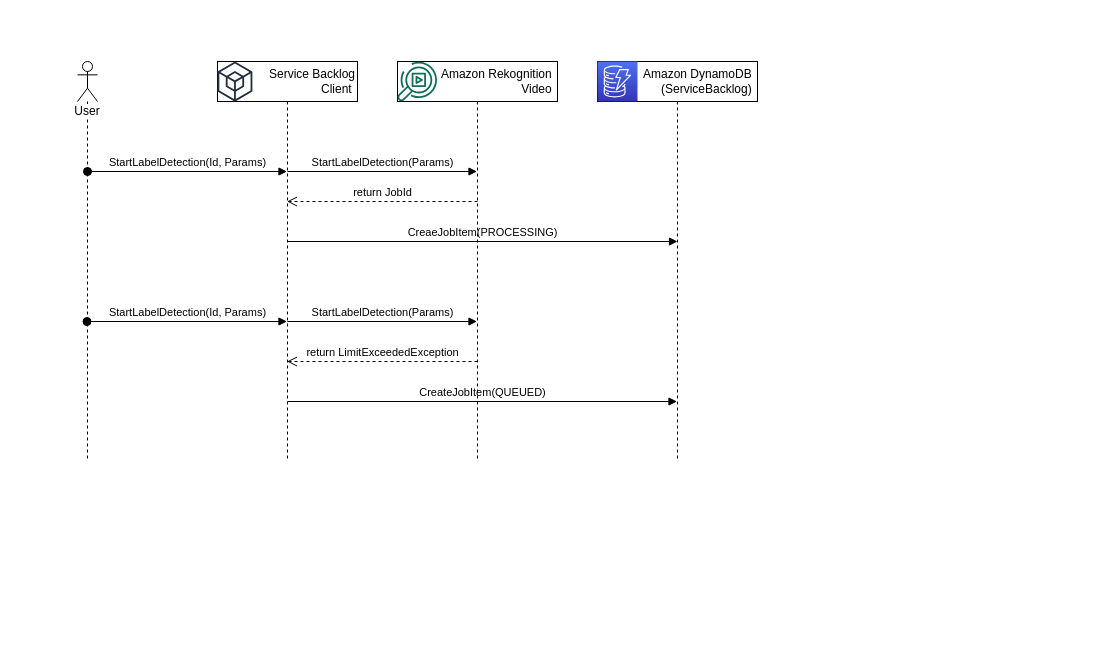
The draw.io diagram page "backlog-sequence-diagram-caller" (11 of 14) of deployment/tutorials/Media2CloudV3.drawio in aws-solutions-library-samples/guidance-for-media2cloud-on-aws, before the edit. Source tidied: cells renumbered, new cells numbered last; positions are measured from the earlier drawing's top-left corner, leaving out a move shared by most shapes. Both pictures are drawn from the tidied source at 100%, with x=0, y=0 at pixel (77, 61).
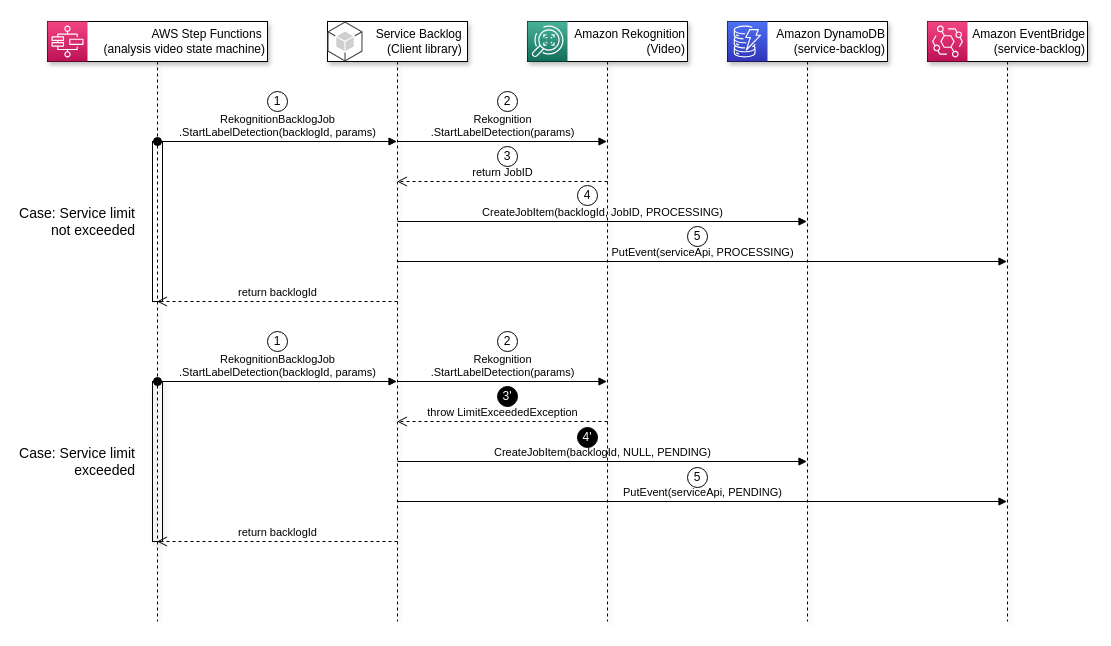
The same page after the edit.

Change to the diagram source:
```diff
@@
-    <mxCell id="2" value="User" style="shape=umlLifeline;participant=umlActor;perimeter=lifelinePerimeter;whiteSpace=wrap;html=1;verticalAlign=top;spacingTop=36;labelBackgroundColor=#ffffff;outlineConnect=0;" parent="1" vertex="1">
-      <mxGeometry width="20" height="400" as="geometry" />
-    </mxCell>
-    <mxCell id="3" value="StartLabelDetection(Id, Params)" style="html=1;verticalAlign=bottom;startArrow=oval;startFill=1;endArrow=block;startSize=8;" parent="2" edge="1" target="4">
-      <mxGeometry relative="1" as="geometry">
-        <mxPoint x="10" y="110" as="sourcePoint" />
-      </mxGeometry>
-    </mxCell>
-    <mxCell id="4" value="Service Backlog&lt;br&gt;Client&amp;nbsp;" style="shape=umlLifeline;perimeter=lifelinePerimeter;whiteSpace=wrap;html=1;outlineConnect=0;align=right;" parent="1" vertex="1">
-      <mxGeometry x="140" width="140" height="400" as="geometry" />
-    </mxCell>
-    <mxCell id="5" style="fontColor=#232F3E;gradientColor=none;fillColor=#232F3E;strokeColor=none;dashed=0;verticalLabelPosition=bottom;verticalAlign=top;align=center;html=1;fontSize=12;fontStyle=0;shape=mxgraph.aws4.external_sdk;" parent="4" vertex="1">
-      <mxGeometry width="34.9" height="40" as="geometry" />
-    </mxCell>
-    <mxCell id="6" value="StartLabelDetection(Params)" style="html=1;verticalAlign=bottom;endArrow=block;" parent="4" edge="1" target="10">
-      <mxGeometry relative="1" as="geometry">
-        <mxPoint x="70" y="110" as="sourcePoint" />
-      </mxGeometry>
-    </mxCell>
-    <mxCell id="7" value="CreaeJobItem(PROCESSING)" style="html=1;verticalAlign=bottom;endArrow=block;" parent="4" edge="1">
-      <mxGeometry relative="1" as="geometry">
-        <mxPoint x="70" y="180" as="sourcePoint" />
-        <mxPoint x="460" y="180" as="targetPoint" />
-      </mxGeometry>
-    </mxCell>
-    <mxCell id="8" value="StartLabelDetection(Params)" style="html=1;verticalAlign=bottom;endArrow=block;" parent="4" edge="1" target="10">
-      <mxGeometry relative="1" as="geometry">
-        <mxPoint x="70" y="260" as="sourcePoint" />
-      </mxGeometry>
-    </mxCell>
-    <mxCell id="9" value="CreateJobItem(QUEUED)" style="html=1;verticalAlign=bottom;endArrow=block;" parent="4" edge="1" target="14">
-      <mxGeometry relative="1" as="geometry">
-        <mxPoint x="70" y="340" as="sourcePoint" />
-      </mxGeometry>
-    </mxCell>
-    <mxCell id="10" value="Amazon&amp;nbsp;Rekognition&amp;nbsp;&lt;br&gt;Video&amp;nbsp;" style="shape=umlLifeline;perimeter=lifelinePerimeter;whiteSpace=wrap;html=1;outlineConnect=0;align=right;" parent="1" vertex="1">
-      <mxGeometry x="320" width="160" height="400" as="geometry" />
-    </mxCell>
-    <mxCell id="11" style="fontColor=#232F3E;gradientColor=none;fillColor=#116D5B;strokeColor=none;dashed=0;verticalLabelPosition=bottom;verticalAlign=top;align=center;html=1;fontSize=12;fontStyle=0;shape=mxgraph.aws4.rekognition_video;" parent="10" vertex="1">
-      <mxGeometry width="39.5" height="40" as="geometry" />
-    </mxCell>
-    <mxCell id="12" value="return JobId" style="html=1;verticalAlign=bottom;endArrow=open;dashed=1;endSize=8;" parent="10" edge="1" target="4">
-      <mxGeometry relative="1" as="geometry">
-        <mxPoint x="80" y="140" as="sourcePoint" />
-      </mxGeometry>
-    </mxCell>
-    <mxCell id="13" value="return LimitExceededException" style="html=1;verticalAlign=bottom;endArrow=open;dashed=1;endSize=8;" parent="10" edge="1" target="4">
-      <mxGeometry relative="1" as="geometry">
-        <mxPoint x="80" y="300" as="sourcePoint" />
-      </mxGeometry>
-    </mxCell>
-    <mxCell id="14" value="Amazon&amp;nbsp;DynamoDB&amp;nbsp;&lt;br&gt;(ServiceBacklog)&amp;nbsp;" style="shape=umlLifeline;perimeter=lifelinePerimeter;whiteSpace=wrap;html=1;outlineConnect=0;align=right;" parent="1" vertex="1">
-      <mxGeometry x="520" width="160" height="400" as="geometry" />
-    </mxCell>
-    <mxCell id="15" style="fontColor=#232F3E;gradientColor=#4D72F3;gradientDirection=north;fillColor=#3334B9;strokeColor=#ffffff;dashed=0;verticalLabelPosition=bottom;verticalAlign=top;align=center;html=1;fontSize=12;fontStyle=0;shape=mxgraph.aws4.resourceIcon;resIcon=mxgraph.aws4.dynamodb;" parent="1" vertex="1">
-      <mxGeometry x="520" width="40" height="40" as="geometry" />
-    </mxCell>
-    <mxCell id="16" value="StartLabelDetection(Id, Params)" style="html=1;verticalAlign=bottom;startArrow=oval;startFill=1;endArrow=block;startSize=8;" parent="1" edge="1" source="2">
-      <mxGeometry relative="1" as="geometry">
-        <mxPoint x="209.5" y="260" as="targetPoint" />
-      </mxGeometry>
-    </mxCell>
+    <mxCell id="17" value="AWS Step Functions&amp;nbsp;&lt;br&gt;(analysis video state machine)" style="shape=umlLifeline;perimeter=lifelinePerimeter;whiteSpace=wrap;html=1;outlineConnect=0;align=right;shadow=1;" parent="1" vertex="1">
+      <mxGeometry x="-30" y="-40" width="220" height="600" as="geometry" />
+    </mxCell>
+    <mxCell id="18" style="fontColor=#232F3E;gradientColor=#F34482;gradientDirection=north;fillColor=#BC1356;strokeColor=#ffffff;dashed=0;verticalLabelPosition=bottom;verticalAlign=top;align=center;html=1;fontSize=12;fontStyle=0;shape=mxgraph.aws4.resourceIcon;resIcon=mxgraph.aws4.step_functions;" parent="17" vertex="1">
+      <mxGeometry width="40" height="40" as="geometry" />
+    </mxCell>
+    <mxCell id="19" value="RekognitionBacklogJob&lt;br&gt;.StartLabelDetection(backlogId, params)" style="html=1;verticalAlign=bottom;startArrow=oval;startFill=1;endArrow=block;startSize=8;" parent="17" edge="1" target="24">
+      <mxGeometry relative="1" as="geometry">
+        <mxPoint x="110" y="120" as="sourcePoint" />
+      </mxGeometry>
+    </mxCell>
+    <mxCell id="20" value="&lt;font style=&quot;font-size: 14px&quot;&gt;Case: Service limit&lt;br&gt;exceeded&lt;/font&gt;" style="text;html=1;strokeColor=none;fillColor=none;align=right;verticalAlign=middle;whiteSpace=wrap;rounded=0;" parent="17" vertex="1">
+      <mxGeometry x="-30" y="430" width="120" height="20" as="geometry" />
+    </mxCell>
+    <mxCell id="21" style="html=1;perimeter=orthogonalPerimeter;strokeColor=#000000;fillColor=none;" parent="17" vertex="1">
+      <mxGeometry x="105" y="120" width="10" height="160" as="geometry" />
+    </mxCell>
+    <mxCell id="22" value="RekognitionBacklogJob&lt;br&gt;.StartLabelDetection(backlogId, params)" style="html=1;verticalAlign=bottom;startArrow=oval;startFill=1;endArrow=block;startSize=8;" parent="17" edge="1" target="24">
+      <mxGeometry relative="1" as="geometry">
+        <mxPoint x="110" y="360" as="sourcePoint" />
+      </mxGeometry>
+    </mxCell>
+    <mxCell id="23" style="html=1;perimeter=orthogonalPerimeter;shadow=1;strokeColor=#000000;fillColor=none;" parent="17" vertex="1">
+      <mxGeometry x="105" y="360" width="10" height="160" as="geometry" />
+    </mxCell>
+    <mxCell id="24" value="Service Backlog&amp;nbsp;&lt;br&gt;(Client library)&amp;nbsp;" style="shape=umlLifeline;perimeter=lifelinePerimeter;whiteSpace=wrap;html=1;outlineConnect=0;align=right;shadow=1;" parent="1" vertex="1">
+      <mxGeometry x="250" y="-40" width="140" height="600" as="geometry" />
+    </mxCell>
+    <mxCell id="25" style="dashed=0;verticalLabelPosition=bottom;verticalAlign=top;align=center;html=1;shape=mxgraph.aws3.android;fillColor=#CFCFCF;gradientColor=none;" parent="24" vertex="1">
+      <mxGeometry width="35" height="40" as="geometry" />
+    </mxCell>
+    <mxCell id="26" value="Rekognition&lt;br&gt;.StartLabelDetection(params)" style="html=1;verticalAlign=bottom;endArrow=block;" parent="24" edge="1" target="32">
+      <mxGeometry relative="1" as="geometry">
+        <mxPoint x="70" y="120" as="sourcePoint" />
+      </mxGeometry>
+    </mxCell>
+    <mxCell id="27" value="CreateJobItem(backlogId, JobID, PROCESSING)" style="html=1;verticalAlign=bottom;endArrow=block;" parent="24" edge="1" target="36">
+      <mxGeometry relative="1" as="geometry">
+        <mxPoint x="70" y="200" as="sourcePoint" />
+      </mxGeometry>
+    </mxCell>
+    <mxCell id="28" value="PutEvent(serviceApi, PROCESSING)" style="html=1;verticalAlign=bottom;endArrow=block;" parent="24" edge="1" target="38">
+      <mxGeometry relative="1" as="geometry">
+        <mxPoint x="70" y="240" as="sourcePoint" />
+      </mxGeometry>
+    </mxCell>
+    <mxCell id="29" value="Rekognition&lt;br&gt;.StartLabelDetection(params)" style="html=1;verticalAlign=bottom;endArrow=block;" parent="24" edge="1" target="32">
+      <mxGeometry relative="1" as="geometry">
+        <mxPoint x="70" y="360" as="sourcePoint" />
+      </mxGeometry>
+    </mxCell>
+    <mxCell id="30" value="CreateJobItem(backlogId, NULL, PENDING)" style="html=1;verticalAlign=bottom;endArrow=block;" parent="24" edge="1" target="36">
+      <mxGeometry relative="1" as="geometry">
+        <mxPoint x="70" y="440" as="sourcePoint" />
+      </mxGeometry>
+    </mxCell>
+    <mxCell id="31" value="PutEvent(serviceApi, PENDING)" style="html=1;verticalAlign=bottom;endArrow=block;" parent="24" edge="1" target="38">
+      <mxGeometry relative="1" as="geometry">
+        <mxPoint x="70" y="480" as="sourcePoint" />
+      </mxGeometry>
+    </mxCell>
+    <mxCell id="32" value="Amazon Rekognition&lt;br&gt;(Video)" style="shape=umlLifeline;perimeter=lifelinePerimeter;whiteSpace=wrap;html=1;outlineConnect=0;align=right;shadow=1;" parent="1" vertex="1">
+      <mxGeometry x="450" y="-40" width="160" height="600" as="geometry" />
+    </mxCell>
+    <mxCell id="33" style="fontColor=#232F3E;gradientColor=#4AB29A;gradientDirection=north;fillColor=#116D5B;strokeColor=#ffffff;dashed=0;verticalLabelPosition=bottom;verticalAlign=top;align=center;html=1;fontSize=12;fontStyle=0;shape=mxgraph.aws4.resourceIcon;resIcon=mxgraph.aws4.rekognition;" parent="32" vertex="1">
+      <mxGeometry width="40" height="40" as="geometry" />
+    </mxCell>
+    <mxCell id="34" value="return JobID" style="html=1;verticalAlign=bottom;endArrow=open;dashed=1;endSize=8;" parent="32" edge="1" target="24">
+      <mxGeometry relative="1" as="geometry">
+        <mxPoint x="80" y="160" as="sourcePoint" />
+      </mxGeometry>
+    </mxCell>
+    <mxCell id="35" value="throw LimitExceededException" style="html=1;verticalAlign=bottom;endArrow=open;dashed=1;endSize=8;" parent="32" edge="1" target="24">
+      <mxGeometry relative="1" as="geometry">
+        <mxPoint x="80" y="400" as="sourcePoint" />
+      </mxGeometry>
+    </mxCell>
+    <mxCell id="36" value="Amazon DynamoDB&lt;br&gt;(service-backlog)" style="shape=umlLifeline;perimeter=lifelinePerimeter;whiteSpace=wrap;html=1;outlineConnect=0;align=right;shadow=1;" parent="1" vertex="1">
+      <mxGeometry x="650" y="-40" width="160" height="600" as="geometry" />
+    </mxCell>
+    <mxCell id="37" style="fontColor=#232F3E;gradientColor=#4D72F3;gradientDirection=north;fillColor=#3334B9;strokeColor=#ffffff;dashed=0;verticalLabelPosition=bottom;verticalAlign=top;align=center;html=1;fontSize=12;fontStyle=0;shape=mxgraph.aws4.resourceIcon;resIcon=mxgraph.aws4.dynamodb;" parent="1" vertex="1">
+      <mxGeometry x="650" y="-40" width="40" height="40" as="geometry" />
+    </mxCell>
+    <mxCell id="38" value="Amazon EventBridge&lt;br&gt;(service-backlog)" style="shape=umlLifeline;perimeter=lifelinePerimeter;whiteSpace=wrap;html=1;outlineConnect=0;align=right;shadow=1;" parent="1" vertex="1">
+      <mxGeometry x="850" y="-40" width="160" height="600" as="geometry" />
+    </mxCell>
+    <mxCell id="39" style="fontColor=#232F3E;gradientColor=#F34482;gradientDirection=north;fillColor=#BC1356;strokeColor=#ffffff;dashed=0;verticalLabelPosition=bottom;verticalAlign=top;align=center;html=1;fontSize=12;fontStyle=0;shape=mxgraph.aws4.resourceIcon;resIcon=mxgraph.aws4.eventbridge;" parent="38" vertex="1">
+      <mxGeometry width="40" height="40" as="geometry" />
+    </mxCell>
+    <mxCell id="40" value="&lt;font style=&quot;font-size: 14px&quot;&gt;Case: Service limit&lt;br&gt;not exceeded&lt;/font&gt;" style="text;html=1;strokeColor=none;fillColor=none;align=right;verticalAlign=middle;whiteSpace=wrap;rounded=0;" parent="1" vertex="1">
+      <mxGeometry x="-60" y="150" width="120" height="20" as="geometry" />
+    </mxCell>
+    <mxCell id="41" value="1" style="ellipse;whiteSpace=wrap;html=1;" parent="1" vertex="1">
+      <mxGeometry x="190" y="30" width="20" height="20" as="geometry" />
+    </mxCell>
+    <mxCell id="42" value="2" style="ellipse;whiteSpace=wrap;html=1;" parent="1" vertex="1">
+      <mxGeometry x="420" y="30" width="20" height="20" as="geometry" />
+    </mxCell>
+    <mxCell id="43" value="3" style="ellipse;whiteSpace=wrap;html=1;" parent="1" vertex="1">
+      <mxGeometry x="420" y="85" width="20" height="20" as="geometry" />
+    </mxCell>
+    <mxCell id="44" value="4" style="ellipse;whiteSpace=wrap;html=1;" parent="1" vertex="1">
+      <mxGeometry x="500" y="124" width="20" height="20" as="geometry" />
+    </mxCell>
+    <mxCell id="45" value="5" style="ellipse;whiteSpace=wrap;html=1;" parent="1" vertex="1">
+      <mxGeometry x="610" y="165" width="20" height="20" as="geometry" />
+    </mxCell>
+    <mxCell id="46" value="1" style="ellipse;whiteSpace=wrap;html=1;" parent="1" vertex="1">
+      <mxGeometry x="190" y="270" width="20" height="20" as="geometry" />
+    </mxCell>
+    <mxCell id="47" value="2" style="ellipse;whiteSpace=wrap;html=1;" parent="1" vertex="1">
+      <mxGeometry x="420" y="270" width="20" height="20" as="geometry" />
+    </mxCell>
+    <mxCell id="48" value="&lt;font color=&quot;#ffffff&quot;&gt;3'&lt;/font&gt;" style="ellipse;whiteSpace=wrap;html=1;fillColor=#000000;" parent="1" vertex="1">
+      <mxGeometry x="420" y="325" width="20" height="20" as="geometry" />
+    </mxCell>
+    <mxCell id="49" value="&lt;font color=&quot;#ffffff&quot;&gt;4'&lt;/font&gt;" style="ellipse;whiteSpace=wrap;html=1;fillColor=#000000;strokeColor=#000000;" parent="1" vertex="1">
+      <mxGeometry x="500" y="366" width="20" height="20" as="geometry" />
+    </mxCell>
+    <mxCell id="50" value="5" style="ellipse;whiteSpace=wrap;html=1;" parent="1" vertex="1">
+      <mxGeometry x="610" y="406" width="20" height="20" as="geometry" />
+    </mxCell>
+    <mxCell id="51" value="return backlogId" style="html=1;verticalAlign=bottom;endArrow=open;dashed=1;endSize=8;" parent="1" edge="1" target="17">
+      <mxGeometry relative="1" as="geometry">
+        <mxPoint x="320" y="240" as="sourcePoint" />
+      </mxGeometry>
+    </mxCell>
+    <mxCell id="52" value="return backlogId" style="html=1;verticalAlign=bottom;endArrow=open;dashed=1;endSize=8;" parent="1" edge="1" target="17">
+      <mxGeometry relative="1" as="geometry">
+        <mxPoint x="320" y="480" as="sourcePoint" />
+      </mxGeometry>
+    </mxCell>
```
